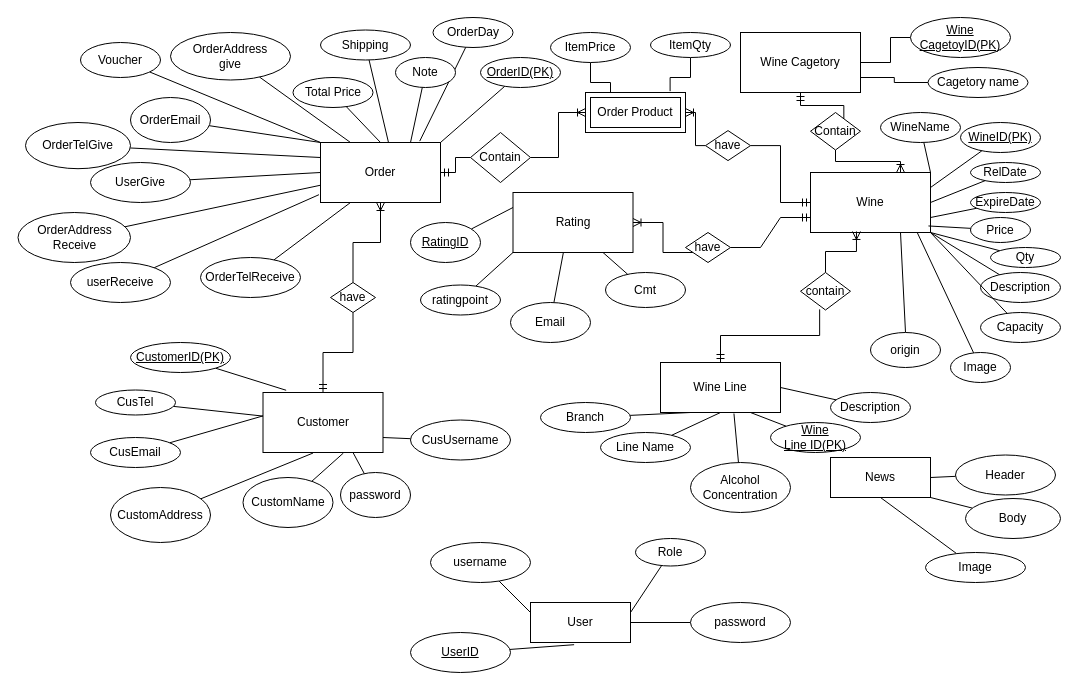
Before: DiagramDraw/ERmodel.drawio in dxthanh2002/aptech_doan, a draw.io diagram. Source tidied: cells renumbered, new cells numbered last; positions are measured from the earlier drawing's top-left corner, leaving out a move shared by most shapes. Both pictures are drawn from the tidied source at 100%, with x=0, y=0 at pixel (18, 17).
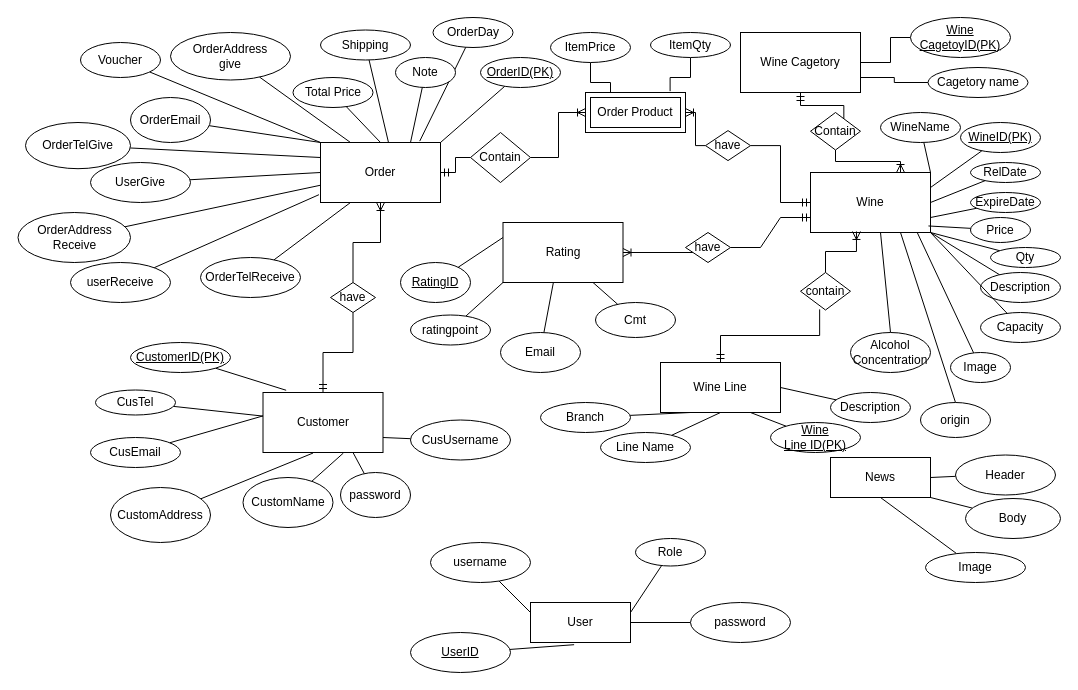
The same diagram, later.

The change refers to these unchanged cells:
```xml
<mxCell id="9" value="Wine Line" style="rounded=0;whiteSpace=wrap;html=1;" parent="1" vertex="1">
  <mxGeometry x="642" y="345" width="120" height="50" as="geometry" />
</mxCell>
```

The edit, as a diff of the source:
```diff
@@
     <mxCell id="12" value="Rating" style="rounded=0;whiteSpace=wrap;html=1;" parent="1" vertex="1">
-      <mxGeometry x="494.5" y="175" width="120" height="60" as="geometry" />
+      <mxGeometry x="484.5" y="205" width="120" height="60" as="geometry" />
     </mxCell>
@@
-    <mxCell id="62" style="rounded=0;jettySize=auto;html=1;entryX=0.612;entryY=1.02;entryDx=0;entryDy=0;entryPerimeter=0;endArrow=none;endFill=0;" parent="1" edge="1" source="63" target="9">
-      <mxGeometry relative="1" as="geometry" />
+    <mxCell id="62" style="rounded=0;jettySize=auto;html=1;entryX=0.612;entryY=1.02;entryDx=0;entryDy=0;entryPerimeter=0;endArrow=none;endFill=0;exitX=0.5;exitY=0;exitDx=0;exitDy=0;" parent="1" edge="1" source="63">
+      <mxGeometry relative="1" as="geometry">
+        <mxPoint x="862" y="215" as="targetPoint" />
+      </mxGeometry>
     </mxCell>
     <mxCell id="63" value="Alcohol&lt;br&gt;Concentration" style="ellipse;whiteSpace=wrap;html=1;align=center;" parent="1" vertex="1">
-      <mxGeometry x="672" y="445" width="100" height="50" as="geometry" />
+      <mxGeometry x="832" y="315" width="80" height="40" as="geometry" />
     </mxCell>
@@
     <mxCell id="65" value="ratingpoint" style="ellipse;whiteSpace=wrap;html=1;align=center;" parent="1" vertex="1">
-      <mxGeometry x="402" y="267.5" width="80" height="30" as="geometry" />
+      <mxGeometry x="392" y="297.5" width="80" height="30" as="geometry" />
     </mxCell>
@@
     <mxCell id="67" value="Email" style="ellipse;whiteSpace=wrap;html=1;align=center;" parent="1" vertex="1">
-      <mxGeometry x="492" y="285" width="80" height="40" as="geometry" />
+      <mxGeometry x="482" y="315" width="80" height="40" as="geometry" />
     </mxCell>
@@
     <mxCell id="69" value="Cmt" style="ellipse;whiteSpace=wrap;html=1;align=center;" parent="1" vertex="1">
-      <mxGeometry x="587" y="255" width="80" height="35" as="geometry" />
+      <mxGeometry x="577" y="285" width="80" height="35" as="geometry" />
     </mxCell>
@@
     <mxCell id="71" value="RatingID" style="ellipse;whiteSpace=wrap;html=1;align=center;fontStyle=4;" parent="1" vertex="1">
-      <mxGeometry x="392" y="205" width="70" height="40" as="geometry" />
+      <mxGeometry x="382" y="245" width="70" height="40" as="geometry" />
     </mxCell>
@@
     <mxCell id="74" value="origin" style="ellipse;whiteSpace=wrap;html=1;align=center;" parent="1" vertex="1">
-      <mxGeometry x="852" y="315" width="70" height="35" as="geometry" />
+      <mxGeometry x="902" y="385" width="70" height="35" as="geometry" />
     </mxCell>
```
